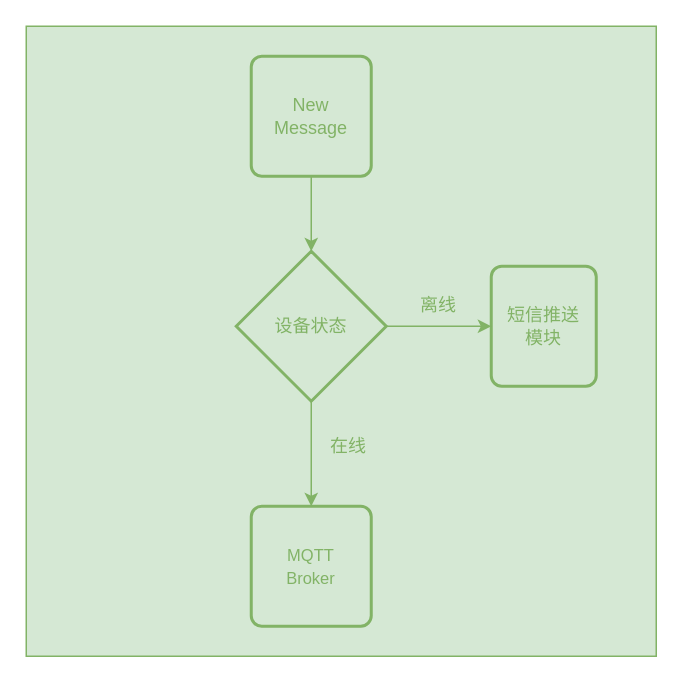
xu-xy/myblog keeps this draw.io diagram as page "第 3 页" (3 of 3) of Untitled Diagram.drawio. Above is the earlier version. Source tidied: cells renumbered, new cells numbered last; positions are measured from the earlier drawing's top-left corner, leaving out a move shared by most shapes. Both pictures are drawn from the tidied source at 150%, with x=0, y=0 at pixel (26, 26).
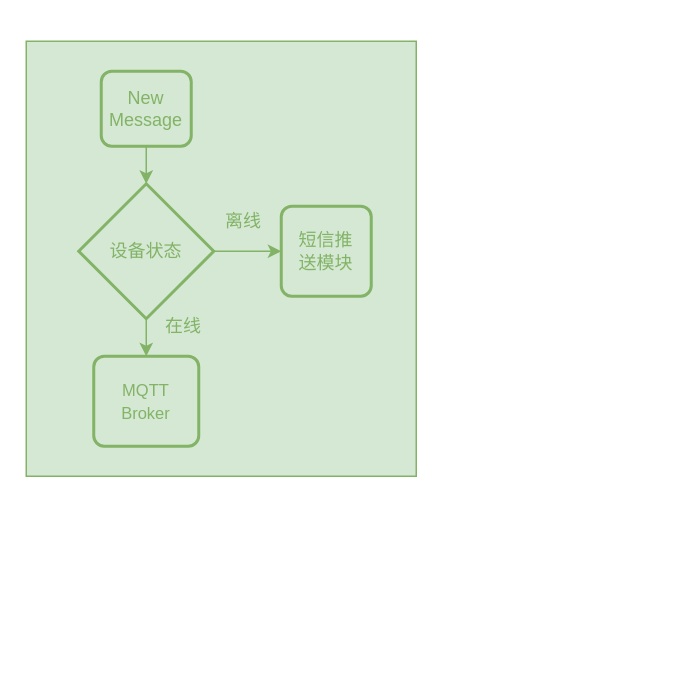
The same page after the edit.

What changed in the source:
```diff
@@
 <mxGraphModel>
   <root>
     <mxCell id="0" />
     <mxCell id="1" parent="0" />
     <mxCell id="2" style="rounded=0;whiteSpace=wrap;html=1;fillColor=#d5e8d4;strokeColor=#82b366;" parent="1" vertex="1">
-      <mxGeometry width="420" height="420" as="geometry" />
+      <mxGeometry y="10" width="260" height="290" as="geometry" />
     </mxCell>
     <mxCell id="3" value="&lt;font color=&quot;#82b366&quot;&gt;设备状态&lt;/font&gt;" style="strokeWidth=2;html=1;shape=mxgraph.flowchart.decision;whiteSpace=wrap;fillColor=#d5e8d4;strokeColor=#82b366;" parent="1" vertex="1">
-      <mxGeometry x="140" y="150" width="100" height="100" as="geometry" />
+      <mxGeometry x="35" y="105" width="90" height="90" as="geometry" />
     </mxCell>
-    <mxCell id="4" value="&lt;font color=&quot;#82b366&quot;&gt;短信推送&lt;br&gt;模块&lt;/font&gt;" style="rounded=1;whiteSpace=wrap;html=1;absoluteArcSize=1;arcSize=14;strokeWidth=2;fillColor=#d5e8d4;strokeColor=#82b366;" parent="1" vertex="1">
-      <mxGeometry x="310" y="160" width="70" height="80" as="geometry" />
+    <mxCell id="4" value="&lt;font color=&quot;#82b366&quot;&gt;短信推&lt;br&gt;送模块&lt;/font&gt;" style="rounded=1;whiteSpace=wrap;html=1;absoluteArcSize=1;arcSize=14;strokeWidth=2;fillColor=#d5e8d4;strokeColor=#82b366;" parent="1" vertex="1">
+      <mxGeometry x="170" y="120" width="60" height="60" as="geometry" />
     </mxCell>
     <mxCell id="5" style="endArrow=classic;html=1;exitX=1;exitY=0.5;exitDx=0;exitDy=0;exitPerimeter=0;entryX=0;entryY=0.5;entryDx=0;entryDy=0;fillColor=#d5e8d4;strokeColor=#82b366;" parent="1" edge="1" source="3" target="4">
       <mxGeometry relative="1" as="geometry" />
     </mxCell>
     <mxCell id="6" value="&lt;font style=&quot;font-size: 11px&quot;&gt;&lt;span style=&quot;color: rgb(130 , 179 , 102) ; font-size: 11px&quot;&gt;MQTT&lt;/span&gt;&lt;br style=&quot;color: rgb(130 , 179 , 102) ; font-size: 11px&quot;&gt;&lt;span style=&quot;color: rgb(130 , 179 , 102) ; font-size: 11px&quot;&gt;Broker&lt;/span&gt;&lt;/font&gt;" style="rounded=1;whiteSpace=wrap;html=1;absoluteArcSize=1;arcSize=14;strokeWidth=2;fillColor=#d5e8d4;strokeColor=#82b366;" parent="1" vertex="1">
-      <mxGeometry x="150" y="320" width="80" height="80" as="geometry" />
+      <mxGeometry x="45" y="220" width="70" height="60" as="geometry" />
     </mxCell>
     <mxCell id="7" style="endArrow=classic;html=1;exitX=0.5;exitY=1;exitDx=0;exitDy=0;exitPerimeter=0;entryX=0.5;entryY=0;entryDx=0;entryDy=0;fillColor=#d5e8d4;strokeColor=#82b366;" parent="1" edge="1" source="3" target="6">
       <mxGeometry relative="1" as="geometry" />
     </mxCell>
     <mxCell id="8" value="&lt;font color=&quot;#82b366&quot;&gt;离线&lt;/font&gt;" style="text;html=1;strokeColor=none;fillColor=none;align=center;verticalAlign=middle;whiteSpace=wrap;rounded=0;" parent="1" vertex="1">
-      <mxGeometry x="250" y="176" width="50" height="20" as="geometry" />
+      <mxGeometry x="120" y="120" width="50" height="20" as="geometry" />
     </mxCell>
     <mxCell id="9" value="&lt;font color=&quot;#82b366&quot;&gt;在线&lt;/font&gt;" style="text;html=1;strokeColor=none;fillColor=none;align=center;verticalAlign=middle;whiteSpace=wrap;rounded=0;rotation=0;" parent="1" vertex="1">
-      <mxGeometry x="190" y="270" width="50" height="20" as="geometry" />
+      <mxGeometry x="80" y="190" width="50" height="20" as="geometry" />
     </mxCell>
     <mxCell id="10" style="edgeStyle=orthogonalEdgeStyle;rounded=0;jettySize=auto;html=1;fillColor=#d5e8d4;strokeColor=#82b366;" parent="1" edge="1" source="11" target="3">
       <mxGeometry relative="1" as="geometry" />
     </mxCell>
     <mxCell id="11" value="&lt;font color=&quot;#82b366&quot;&gt;New &lt;br&gt;Message&lt;/font&gt;" style="rounded=1;whiteSpace=wrap;html=1;absoluteArcSize=1;arcSize=14;strokeWidth=2;fillColor=#d5e8d4;strokeColor=#82b366;" parent="1" vertex="1">
-      <mxGeometry x="150" y="20" width="80" height="80" as="geometry" />
+      <mxGeometry x="50" y="30" width="60" height="50" as="geometry" />
     </mxCell>
   </root>
 </mxGraphModel>
```
